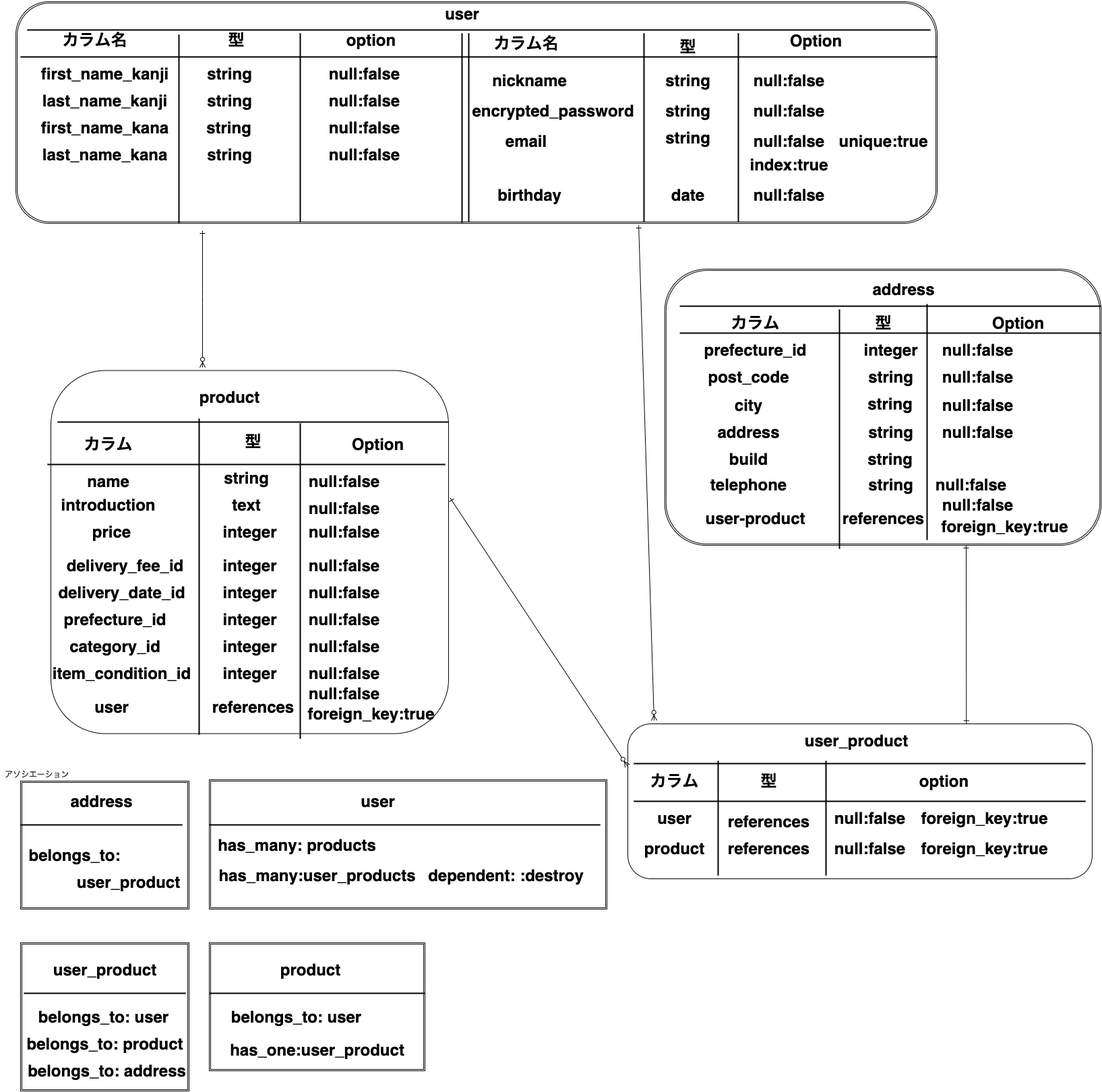
Before: furima32413.png, a diagram exported from draw.io (Kaneko-Yukihiro0117/furima-32413). Source tidied: cells renumbered, new cells last; positions are measured from the earlier drawing's top-left corner, leaving out a move shared by most shapes.
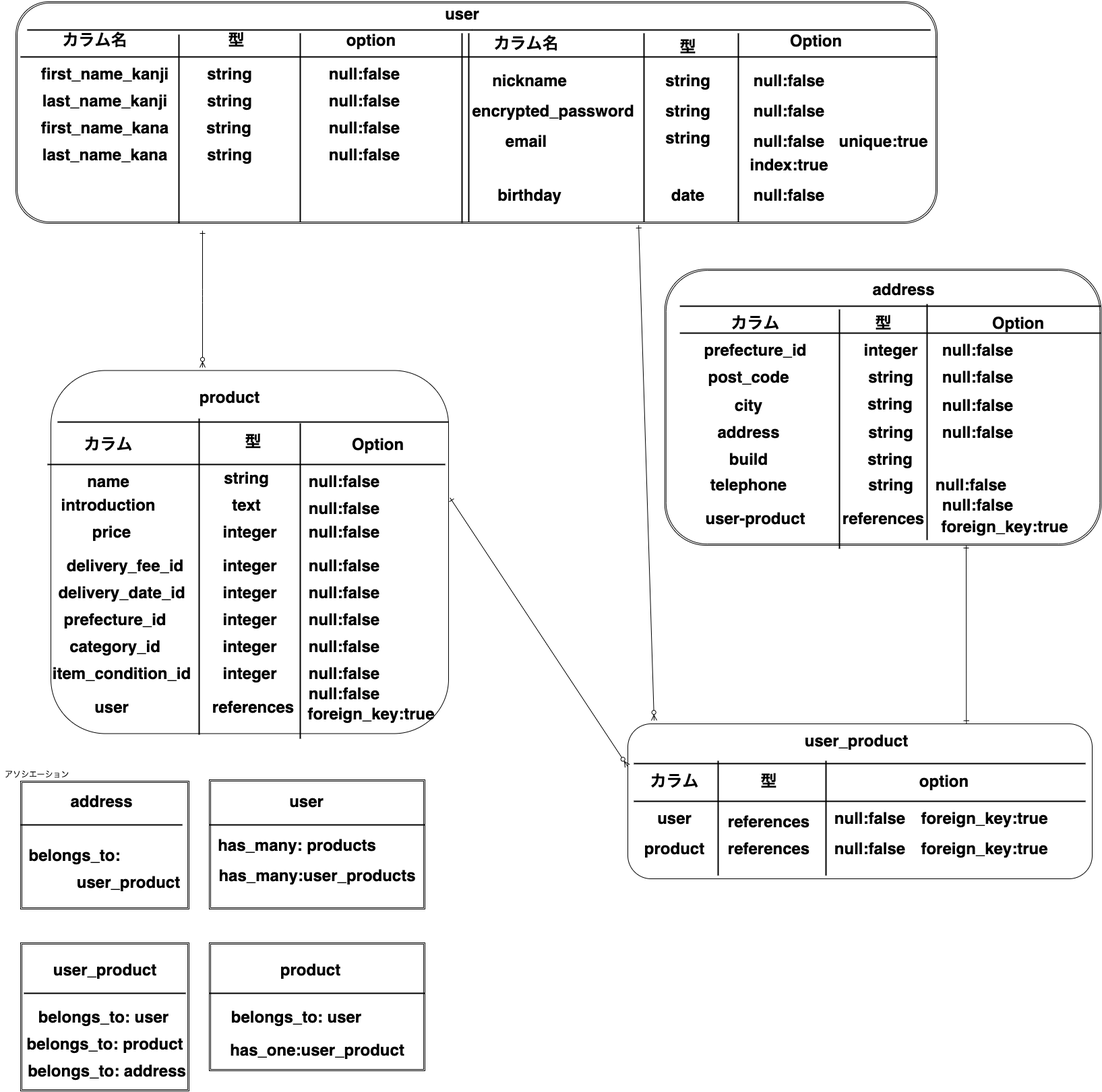
After the change.

Diff of the diagram source:
```diff
@@ -312,13 +312,13 @@
       <mxGeometry x="30" y="1399" width="250" height="220" as="geometry" />
     </mxCell>
     <mxCell id="104" style="shape=ext;double=1;rounded=0;whiteSpace=wrap;html=1;" parent="1" vertex="1">
-      <mxGeometry x="310" y="1157" width="590" height="192" as="geometry" />
+      <mxGeometry x="310" y="1157" width="320" height="192" as="geometry" />
     </mxCell>
     <mxCell id="105" value="user" style="text;strokeColor=none;fillColor=none;html=1;fontSize=24;fontStyle=1;verticalAlign=middle;align=center;" parent="1" vertex="1">
-      <mxGeometry x="510" y="1169" width="100" height="40" as="geometry" />
+      <mxGeometry x="404" y="1169" width="100" height="40" as="geometry" />
     </mxCell>
     <mxCell id="106" style="line;strokeWidth=2;html=1;" parent="1" vertex="1">
-      <mxGeometry x="310" y="1219" width="580" height="10" as="geometry" />
+      <mxGeometry x="310" y="1219" width="320" height="10" as="geometry" />
     </mxCell>
     <mxCell id="107" value="has_many: products" style="text;strokeColor=none;fillColor=none;html=1;fontSize=24;fontStyle=1;verticalAlign=middle;align=center;" parent="1" vertex="1">
       <mxGeometry x="390" y="1234" width="100" height="40" as="geometry" />
@@ -471,9 +471,6 @@
     <mxCell id="153" value="has_many:user_products" style="text;strokeColor=none;fillColor=none;html=1;fontSize=24;fontStyle=1;verticalAlign=middle;align=center;" parent="1" vertex="1">
       <mxGeometry x="420" y="1279" width="100" height="40" as="geometry" />
     </mxCell>
-    <mxCell id="154" value="dependent: :destroy" style="text;strokeColor=none;fillColor=none;html=1;fontSize=24;fontStyle=1;verticalAlign=middle;align=center;" parent="1" vertex="1">
-      <mxGeometry x="700" y="1279" width="100" height="40" as="geometry" />
-    </mxCell>
     <mxCell id="155" value="has_one:user_product" style="text;strokeColor=none;fillColor=none;html=1;fontSize=24;fontStyle=1;verticalAlign=middle;align=center;" parent="1" vertex="1">
       <mxGeometry x="420" y="1538" width="100" height="40" as="geometry" />
     </mxCell>
```
